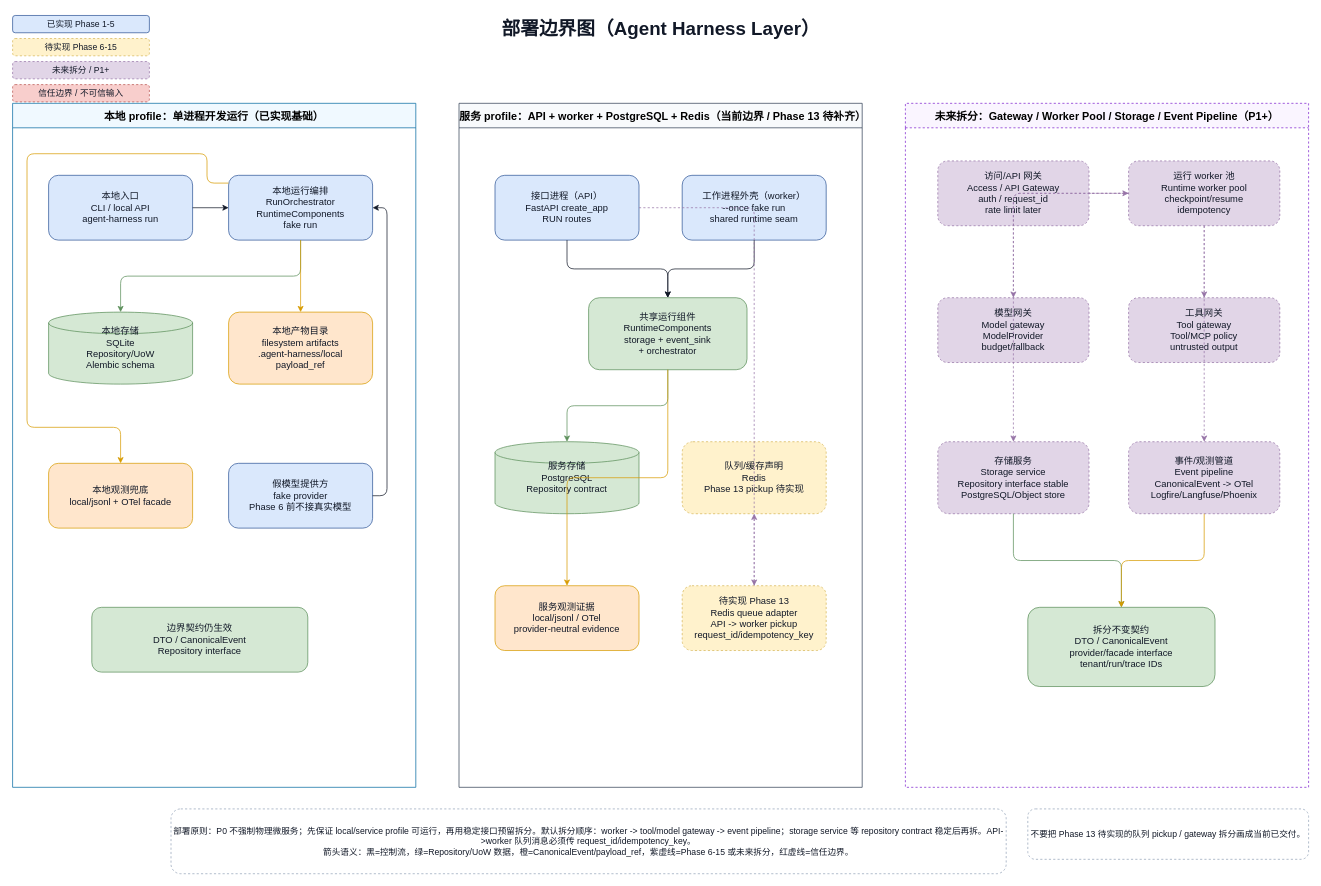
The draw.io diagram docs/architecture/agent-harness-deployment-boundaries.drawio in wdmcheng/agent-harness-layer, before the edit. Source tidied: cells renumbered, new cells numbered last; positions are measured from the earlier drawing's top-left corner, leaving out a move shared by most shapes. Both pictures are drawn from the tidied source at 72%, with x=0, y=0 at pixel (12, 12).
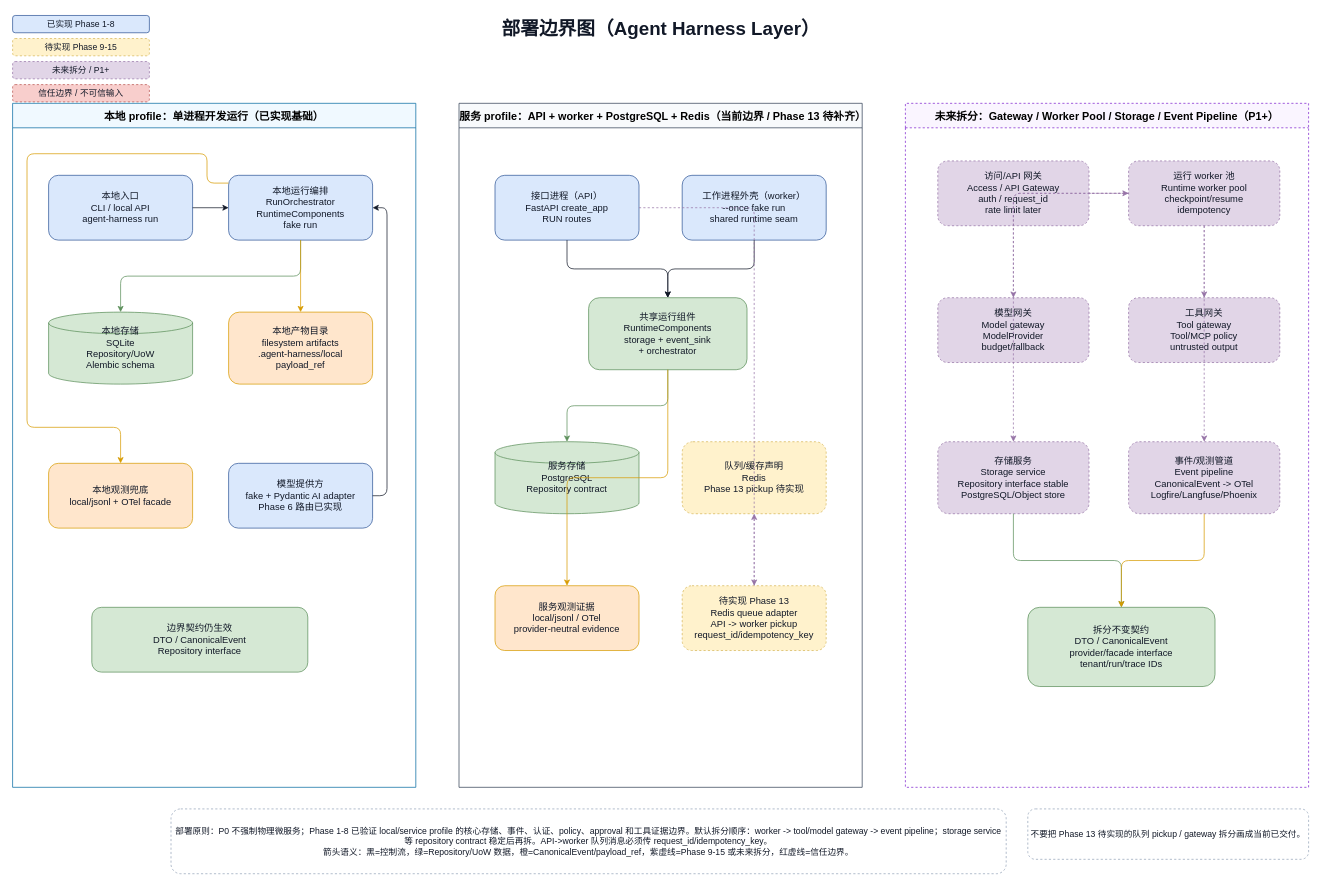
Above is the later version.

Commit message (it also covers changes not shown here):
docs: update architecture diagrams for phase 8

Unchanged cells that the change refers to:
```xml
<mxCell id="7" value="本地 profile：单进程开发运行（已实现基础）" style="swimlane;startSize=34;html=1;whiteSpace=wrap;rounded=0;fontSize=15;fontStyle=1;fillColor=#f0f9ff;strokeColor=#0369a1;" parent="1" vertex="1">
  <mxGeometry y="126" width="560" height="950" as="geometry" />
</mxCell>
```

Diff of the diagram source:
```diff
@@
-    <mxCell id="3" value="已实现 Phase 1-5" style="rounded=1;whiteSpace=wrap;html=1;fillColor=#dae8fc;strokeColor=#2f5597;fontColor=#111827;fontSize=13;fontSize=12;" parent="1" vertex="1">
+    <mxCell id="3" value="已实现 Phase 1-8" style="rounded=1;whiteSpace=wrap;html=1;fillColor=#dae8fc;strokeColor=#2f5597;fontColor=#111827;fontSize=13;fontSize=12;" parent="1" vertex="1">
       <mxGeometry y="4" width="190" height="24" as="geometry" />
     </mxCell>
-    <mxCell id="4" value="待实现 Phase 6-15" style="rounded=1;whiteSpace=wrap;html=1;fillColor=#fff2cc;strokeColor=#d6b656;fontColor=#111827;fontSize=13;dashed=1;fontSize=12;" parent="1" vertex="1">
+    <mxCell id="4" value="待实现 Phase 9-15" style="rounded=1;whiteSpace=wrap;html=1;fillColor=#fff2cc;strokeColor=#d6b656;fontColor=#111827;fontSize=13;dashed=1;fontSize=12;" parent="1" vertex="1">
       <mxGeometry y="36" width="190" height="24" as="geometry" />
     </mxCell>
@@
-    <mxCell id="10" value="部署原则：P0 不强制物理微服务；先保证 local/service profile 可运行，再用稳定接口预留拆分。默认拆分顺序：worker -&gt; tool/model gateway -&gt; event pipeline；storage service 等 repository contract 稳定后再拆。API-&gt;worker 队列消息必须传 request_id/idempotency_key。&#10;箭头语义：黑=控制流，绿=Repository/UoW 数据，橙=CanonicalEvent/payload_ref，紫虚线=Phase 6-15 或未来拆分，红虚线=信任边界。" style="rounded=1;whiteSpace=wrap;html=1;fillColor=#ffffff;strokeColor=#94a3b8;fontColor=#111827;fontSize=12;dashed=1;" parent="1" vertex="1">
+    <mxCell id="10" value="部署原则：P0 不强制物理微服务；Phase 1-8 已验证 local/service profile 的核心存储、事件、认证、policy、approval 和工具证据边界。默认拆分顺序：worker -&gt; tool/model gateway -&gt; event pipeline；storage service 等 repository contract 稳定后再拆。API-&gt;worker 队列消息必须传 request_id/idempotency_key。&#10;箭头语义：黑=控制流，绿=Repository/UoW 数据，橙=CanonicalEvent/payload_ref，紫虚线=Phase 9-15 或未来拆分，红虚线=信任边界。" style="rounded=1;whiteSpace=wrap;html=1;fillColor=#ffffff;strokeColor=#94a3b8;fontColor=#111827;fontSize=12;dashed=1;" parent="1" vertex="1">
       <mxGeometry x="220" y="1106" width="1160" height="90" as="geometry" />
     </mxCell>
@@
-    <mxCell id="17" value="假模型提供方&#10;fake provider&#10;Phase 6 前不接真实模型" style="rounded=1;whiteSpace=wrap;html=1;fillColor=#dae8fc;strokeColor=#2f5597;fontColor=#111827;fontSize=13;" parent="7" vertex="1">
+    <mxCell id="17" value="模型提供方&#10;fake + Pydantic AI adapter&#10;Phase 6 路由已实现" style="rounded=1;whiteSpace=wrap;html=1;fillColor=#dae8fc;strokeColor=#2f5597;fontColor=#111827;fontSize=13;" parent="7" vertex="1">
       <mxGeometry x="300" y="500" width="200" height="90" as="geometry" />
     </mxCell>
```
